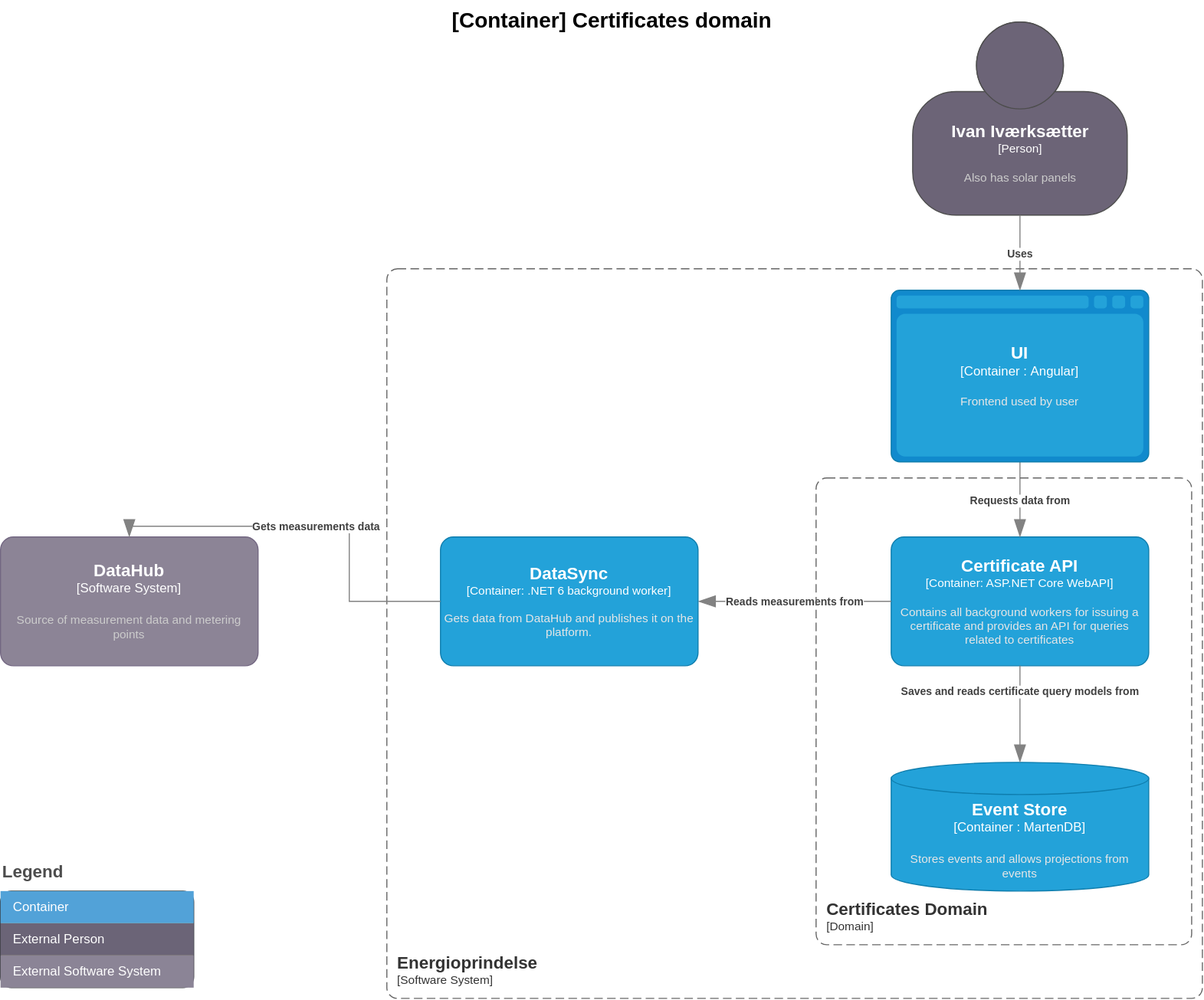
Energinet-DataHub/energy-origin keeps this draw.io diagram as doc/architecture/diagrams/certificates.current.container.drawio.svg. Above is the earlier version. Source tidied: cells renumbered, new cells last; positions are measured from the earlier drawing's top-left corner, leaving out a move shared by most shapes.
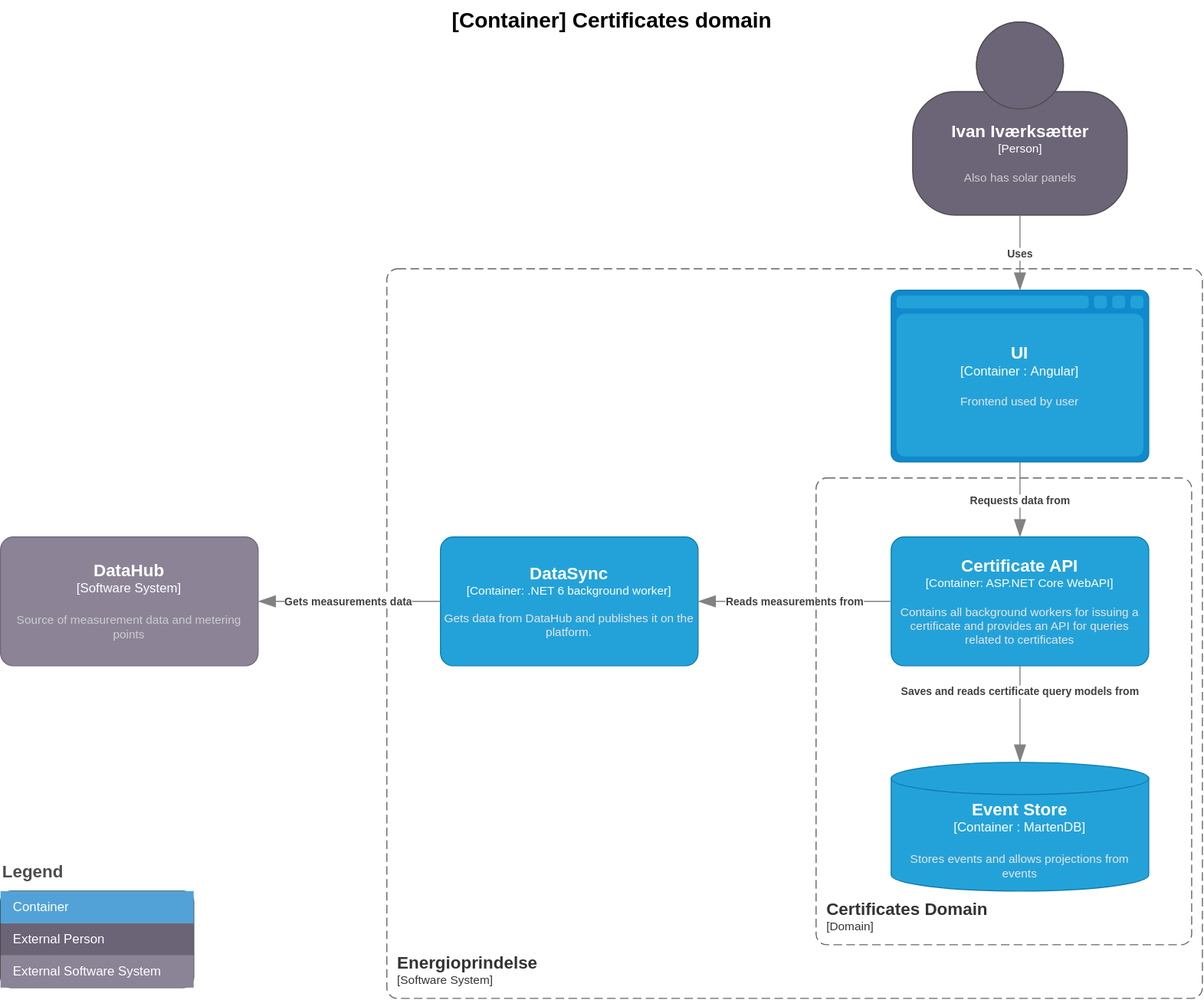
The same diagram one commit later.

What changed in the source:
```diff
@@ -58,7 +58,7 @@
       </mxCell>
     </object>
     <object id="13" label="&lt;div style=&quot;text-align: left&quot;&gt;&lt;div style=&quot;text-align: center&quot;&gt;&lt;b&gt;%c4Description%&lt;/b&gt;&lt;/div&gt;" c4Description="Gets measurements data" c4Type="Relationship" placeholders="1">
-      <mxCell style="endArrow=blockThin;html=1;fontSize=10;fontColor=#404040;strokeWidth=1;endFill=1;strokeColor=#828282;elbow=vertical;endSize=14;startSize=14;jumpStyle=arc;jumpSize=16;rounded=0;edgeStyle=orthogonalEdgeStyle;exitX=0;exitY=0.5;exitDx=0;exitDy=0;exitPerimeter=0;entryX=0.5;entryY=0;entryDx=0;entryDy=0;entryPerimeter=0;" parent="1" edge="1" source="12" target="8">
+      <mxCell style="endArrow=blockThin;html=1;fontSize=10;fontColor=#404040;strokeWidth=1;endFill=1;strokeColor=#828282;elbow=vertical;endSize=14;startSize=14;jumpStyle=arc;jumpSize=16;rounded=0;edgeStyle=orthogonalEdgeStyle;exitX=0;exitY=0.5;exitDx=0;exitDy=0;exitPerimeter=0;entryX=1;entryY=0.5;entryDx=0;entryDy=0;entryPerimeter=0;" parent="1" edge="1" source="12" target="8">
         <mxGeometry relative="1" as="geometry" />
       </mxCell>
     </object>
```
